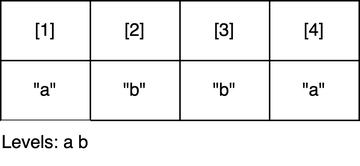
The draw.io diagram images/factor.png in lipogg/textanalyse-mit-r, before a commit. Source tidied: cells renumbered, new cells last; positions are measured from the earlier drawing's top-left corner, leaving out a move shared by most shapes. The source it was exported from:
```xml
<mxGraphModel>
  <root>
    <mxCell id="0" />
    <mxCell id="1" parent="0" />
    <mxCell id="2" style="shape=table;startSize=0;" parent="1" vertex="1">
      <mxGeometry width="240" height="80" as="geometry" />
    </mxCell>
    <mxCell id="3" style="shape=tableRow;horizontal=0;startSize=0;swimlaneHead=0;swimlaneBody=0;strokeColor=inherit;top=0;left=0;bottom=0;right=0;fillColor=none;" parent="2" vertex="1">
      <mxGeometry width="240" height="40" as="geometry" />
    </mxCell>
    <mxCell id="4" value="[1]" style="shape=partialRectangle;html=1;whiteSpace=wrap;strokeColor=inherit;overflow=hidden;fillColor=none;top=0;left=0;bottom=0;right=0;" parent="3" vertex="1">
      <mxGeometry width="60" height="40" as="geometry" />
    </mxCell>
    <mxCell id="5" value="[2]" style="shape=partialRectangle;html=1;whiteSpace=wrap;strokeColor=inherit;overflow=hidden;fillColor=none;top=0;left=0;bottom=0;right=0;" parent="3" vertex="1">
      <mxGeometry x="60" width="60" height="40" as="geometry" />
    </mxCell>
    <mxCell id="6" value="[3]" style="shape=partialRectangle;html=1;whiteSpace=wrap;strokeColor=inherit;overflow=hidden;fillColor=none;top=0;left=0;bottom=0;right=0;" parent="3" vertex="1">
      <mxGeometry x="120" width="60" height="40" as="geometry" />
    </mxCell>
    <mxCell id="7" value="[4]" style="shape=partialRectangle;html=1;whiteSpace=wrap;strokeColor=inherit;overflow=hidden;fillColor=none;top=0;left=0;bottom=0;right=0;" parent="3" vertex="1">
      <mxGeometry x="180" width="60" height="40" as="geometry" />
    </mxCell>
    <mxCell id="8" style="shape=tableRow;horizontal=0;startSize=0;swimlaneHead=0;swimlaneBody=0;strokeColor=inherit;top=0;left=0;bottom=0;right=0;fillColor=none;" parent="2" vertex="1">
      <mxGeometry y="40" width="240" height="40" as="geometry" />
    </mxCell>
    <mxCell id="9" value="&quot;a&quot;" style="shape=partialRectangle;html=1;whiteSpace=wrap;strokeColor=inherit;overflow=hidden;fillColor=none;top=0;left=0;bottom=0;right=0;" parent="8" vertex="1">
      <mxGeometry width="60" height="40" as="geometry" />
    </mxCell>
    <mxCell id="10" value="&quot;b&quot;" style="shape=partialRectangle;html=1;whiteSpace=wrap;strokeColor=inherit;overflow=hidden;fillColor=none;top=0;left=0;bottom=0;right=0;" parent="8" vertex="1">
      <mxGeometry x="60" width="60" height="40" as="geometry" />
    </mxCell>
    <mxCell id="11" value="&quot;b&quot;" style="shape=partialRectangle;html=1;whiteSpace=wrap;strokeColor=inherit;overflow=hidden;fillColor=none;top=0;left=0;bottom=0;right=0;" parent="8" vertex="1">
      <mxGeometry x="120" width="60" height="40" as="geometry" />
    </mxCell>
    <mxCell id="12" value="&quot;a&quot;" style="shape=partialRectangle;html=1;whiteSpace=wrap;strokeColor=inherit;overflow=hidden;fillColor=none;top=0;left=0;bottom=0;right=0;" parent="8" vertex="1">
      <mxGeometry x="180" width="60" height="40" as="geometry" />
    </mxCell>
    <mxCell id="13" value="Levels: a b" style="rounded=0;whiteSpace=wrap;html=1;strokeColor=none;" parent="1" vertex="1">
      <mxGeometry y="80" width="60" height="30" as="geometry" />
    </mxCell>
  </root>
</mxGraphModel>
```
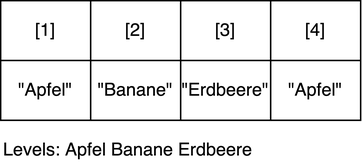
After the change.

The edit, as a diff of the source:
```diff
@@ -23,20 +23,20 @@
     <mxCell id="8" style="shape=tableRow;horizontal=0;startSize=0;swimlaneHead=0;swimlaneBody=0;strokeColor=inherit;top=0;left=0;bottom=0;right=0;fillColor=none;" parent="2" vertex="1">
       <mxGeometry y="40" width="240" height="40" as="geometry" />
     </mxCell>
-    <mxCell id="9" value="&quot;a&quot;" style="shape=partialRectangle;html=1;whiteSpace=wrap;strokeColor=inherit;overflow=hidden;fillColor=none;top=0;left=0;bottom=0;right=0;" parent="8" vertex="1">
+    <mxCell id="9" value="&quot;Apfel&quot;" style="shape=partialRectangle;html=1;whiteSpace=wrap;strokeColor=inherit;overflow=hidden;fillColor=none;top=0;left=0;bottom=0;right=0;" parent="8" vertex="1">
       <mxGeometry width="60" height="40" as="geometry" />
     </mxCell>
-    <mxCell id="10" value="&quot;b&quot;" style="shape=partialRectangle;html=1;whiteSpace=wrap;strokeColor=inherit;overflow=hidden;fillColor=none;top=0;left=0;bottom=0;right=0;" parent="8" vertex="1">
+    <mxCell id="10" value="&quot;Banane&quot;" style="shape=partialRectangle;html=1;whiteSpace=wrap;strokeColor=inherit;overflow=hidden;fillColor=none;top=0;left=0;bottom=0;right=0;" parent="8" vertex="1">
       <mxGeometry x="60" width="60" height="40" as="geometry" />
     </mxCell>
-    <mxCell id="11" value="&quot;b&quot;" style="shape=partialRectangle;html=1;whiteSpace=wrap;strokeColor=inherit;overflow=hidden;fillColor=none;top=0;left=0;bottom=0;right=0;" parent="8" vertex="1">
+    <mxCell id="11" value="&quot;Erdbeere&quot;" style="shape=partialRectangle;html=1;whiteSpace=wrap;strokeColor=inherit;overflow=hidden;fillColor=none;top=0;left=0;bottom=0;right=0;" parent="8" vertex="1">
       <mxGeometry x="120" width="60" height="40" as="geometry" />
     </mxCell>
-    <mxCell id="12" value="&quot;a&quot;" style="shape=partialRectangle;html=1;whiteSpace=wrap;strokeColor=inherit;overflow=hidden;fillColor=none;top=0;left=0;bottom=0;right=0;" parent="8" vertex="1">
+    <mxCell id="12" value="&quot;Apfel&quot;" style="shape=partialRectangle;html=1;whiteSpace=wrap;strokeColor=inherit;overflow=hidden;fillColor=none;top=0;left=0;bottom=0;right=0;" parent="8" vertex="1">
       <mxGeometry x="180" width="60" height="40" as="geometry" />
     </mxCell>
-    <mxCell id="13" value="Levels: a b" style="rounded=0;whiteSpace=wrap;html=1;strokeColor=none;" parent="1" vertex="1">
-      <mxGeometry y="80" width="60" height="30" as="geometry" />
+    <mxCell id="13" value="&lt;div align=&quot;left&quot;&gt;Levels: Apfel Banane Erdbeere&lt;br&gt;&lt;/div&gt;" style="rounded=0;whiteSpace=wrap;html=1;strokeColor=none;align=left;" parent="1" vertex="1">
+      <mxGeometry y="90" width="210" height="20" as="geometry" />
     </mxCell>
   </root>
 </mxGraphModel>
```
